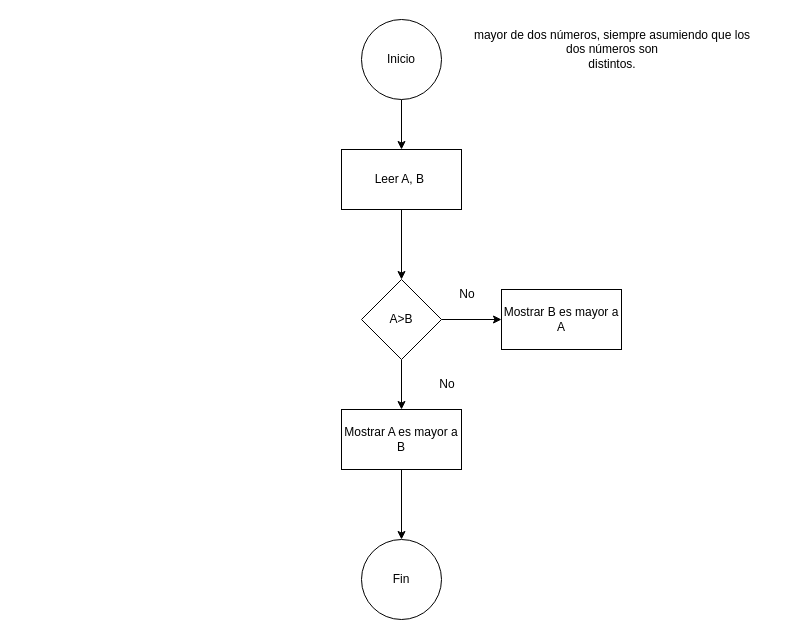
Earlier version of the draw.io diagram mayor de dos números distintos.drawio (pyronet/2024-III_BCD2202_Introducci-n_tecnolog-a_Informatica_-Introducci-n_Programaci-n). Source tidied: cells renumbered, new cells numbered last; positions are measured from the earlier drawing's top-left corner, leaving out a move shared by most shapes. Both pictures are drawn from the tidied source at 100%, with x=0, y=0 at pixel (341, 19).
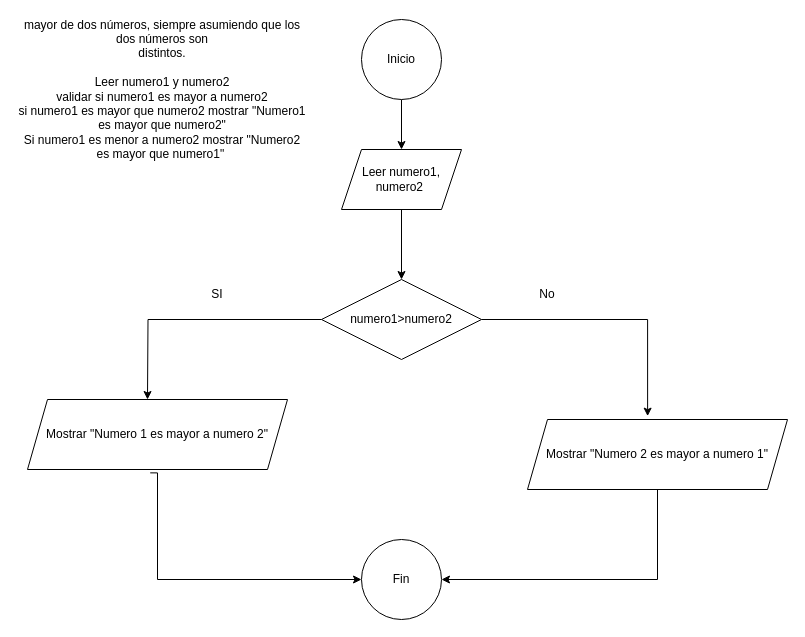
After the change.

Diff of the diagram source:
```diff
@@
 <mxGraphModel>
   <root>
     <mxCell id="0" />
     <mxCell id="1" parent="0" />
     <mxCell id="2" style="edgeStyle=orthogonalEdgeStyle;rounded=0;jettySize=auto;html=1;" parent="1" edge="1" source="3" target="5">
       <mxGeometry relative="1" as="geometry" />
     </mxCell>
     <mxCell id="3" value="Inicio" style="ellipse;whiteSpace=wrap;html=1;" parent="1" vertex="1">
       <mxGeometry x="20" width="80" height="80" as="geometry" />
     </mxCell>
     <mxCell id="4" style="edgeStyle=orthogonalEdgeStyle;rounded=0;jettySize=auto;html=1;" parent="1" edge="1" source="5" target="9">
       <mxGeometry relative="1" as="geometry" />
     </mxCell>
-    <mxCell id="5" value="Leer A, B&amp;nbsp;" style="whiteSpace=wrap;html=1;" parent="1" vertex="1">
+    <mxCell id="5" value="Leer numero1, numero2&amp;nbsp;" style="shape=parallelogram;perimeter=parallelogramPerimeter;whiteSpace=wrap;html=1;fixedSize=1;" parent="1" vertex="1">
       <mxGeometry y="130" width="120" height="60" as="geometry" />
     </mxCell>
-    <mxCell id="6" value="mayor de dos números, siempre asumiendo que los dos números son&lt;br/&gt;distintos." style="text;html=1;align=center;verticalAlign=middle;whiteSpace=wrap;rounded=0;" parent="1" vertex="1">
-      <mxGeometry x="126" width="290" height="60" as="geometry" />
+    <mxCell id="6" value="mayor de dos números, siempre asumiendo que los dos números son&lt;br&gt;distintos.&lt;div&gt;&lt;br&gt;&lt;/div&gt;&lt;div&gt;Leer numero1 y numero2&lt;/div&gt;&lt;div&gt;validar si numero1 es mayor a numero2&lt;/div&gt;&lt;div&gt;si numero1 es mayor que numero2 mostrar &quot;Numero1 es mayor que numero2&quot;&lt;/div&gt;&lt;div&gt;Si numero1 es menor a numero2 mostrar &quot;Numero2 es mayor que numero1&quot;&amp;nbsp;&lt;/div&gt;" style="text;html=1;align=center;verticalAlign=middle;whiteSpace=wrap;rounded=0;" parent="1" vertex="1">
+      <mxGeometry x="-324" width="290" height="140" as="geometry" />
     </mxCell>
-    <mxCell id="7" style="edgeStyle=orthogonalEdgeStyle;rounded=0;jettySize=auto;html=1;" parent="1" edge="1" source="9" target="11">
+    <mxCell id="7" style="edgeStyle=orthogonalEdgeStyle;rounded=0;jettySize=auto;html=1;entryX=0.462;entryY=-0.048;entryDx=0;entryDy=0;entryPerimeter=0;" parent="1" edge="1" source="9" target="17">
       <mxGeometry relative="1" as="geometry" />
     </mxCell>
-    <mxCell id="8" style="edgeStyle=orthogonalEdgeStyle;rounded=0;jettySize=auto;html=1;" parent="1" edge="1" source="9" target="14">
-      <mxGeometry relative="1" as="geometry" />
+    <mxCell id="8" style="edgeStyle=orthogonalEdgeStyle;rounded=0;jettySize=auto;html=1;" parent="1" edge="1" source="9">
+      <mxGeometry relative="1" as="geometry">
+        <mxPoint x="-194" y="380" as="targetPoint" />
+      </mxGeometry>
     </mxCell>
-    <mxCell id="9" value="A&amp;gt;B" style="rhombus;whiteSpace=wrap;html=1;" parent="1" vertex="1">
-      <mxGeometry x="20" y="260" width="80" height="80" as="geometry" />
+    <mxCell id="9" value="numero1&amp;gt;numero2" style="rhombus;whiteSpace=wrap;html=1;" parent="1" vertex="1">
+      <mxGeometry x="-20" y="260" width="160" height="80" as="geometry" />
     </mxCell>
     <mxCell id="10" value="No" style="text;html=1;align=center;verticalAlign=middle;whiteSpace=wrap;rounded=0;" parent="1" vertex="1">
-      <mxGeometry x="96" y="260" width="60" height="30" as="geometry" />
+      <mxGeometry x="176" y="260" width="60" height="30" as="geometry" />
     </mxCell>
-    <mxCell id="11" value="Mostrar B es mayor a A" style="whiteSpace=wrap;html=1;" parent="1" vertex="1">
-      <mxGeometry x="160" y="270" width="120" height="60" as="geometry" />
-    </mxCell>
-    <mxCell id="12" value="No" style="text;html=1;align=center;verticalAlign=middle;whiteSpace=wrap;rounded=0;" parent="1" vertex="1">
-      <mxGeometry x="76" y="350" width="60" height="30" as="geometry" />
+    <mxCell id="12" value="SI" style="text;html=1;align=center;verticalAlign=middle;whiteSpace=wrap;rounded=0;" parent="1" vertex="1">
+      <mxGeometry x="-154" y="260" width="60" height="30" as="geometry" />
     </mxCell>
-    <mxCell id="13" style="edgeStyle=orthogonalEdgeStyle;rounded=0;jettySize=auto;html=1;" parent="1" edge="1" source="14" target="15">
-      <mxGeometry relative="1" as="geometry" />
-    </mxCell>
-    <mxCell id="14" value="Mostrar A es mayor a B" style="whiteSpace=wrap;html=1;" parent="1" vertex="1">
-      <mxGeometry y="390" width="120" height="60" as="geometry" />
-    </mxCell>
     <mxCell id="15" value="Fin" style="ellipse;whiteSpace=wrap;html=1;" parent="1" vertex="1">
       <mxGeometry x="20" y="520" width="80" height="80" as="geometry" />
     </mxCell>
+    <mxCell id="16" style="edgeStyle=orthogonalEdgeStyle;rounded=0;jettySize=auto;html=1;entryX=1;entryY=0.5;entryDx=0;entryDy=0;exitX=0.5;exitY=1;exitDx=0;exitDy=0;" parent="1" edge="1" source="17" target="15">
+      <mxGeometry relative="1" as="geometry" />
+    </mxCell>
+    <mxCell id="17" value="Mostrar &quot;Numero 2 es mayor a numero 1&quot;" style="shape=parallelogram;perimeter=parallelogramPerimeter;whiteSpace=wrap;html=1;fixedSize=1;" parent="1" vertex="1">
+      <mxGeometry x="186" y="400" width="260" height="70" as="geometry" />
+    </mxCell>
+    <mxCell id="18" style="edgeStyle=orthogonalEdgeStyle;rounded=0;jettySize=auto;html=1;entryX=0;entryY=0.5;entryDx=0;entryDy=0;exitX=0.472;exitY=1.048;exitDx=0;exitDy=0;exitPerimeter=0;" parent="1" edge="1" source="19" target="15">
+      <mxGeometry relative="1" as="geometry">
+        <Array as="points">
+          <mxPoint x="-184" y="453" />
+          <mxPoint x="-184" y="560" />
+        </Array>
+      </mxGeometry>
+    </mxCell>
+    <mxCell id="19" value="Mostrar &quot;Numero 1 es mayor a numero 2&quot;" style="shape=parallelogram;perimeter=parallelogramPerimeter;whiteSpace=wrap;html=1;fixedSize=1;" parent="1" vertex="1">
+      <mxGeometry x="-314" y="380" width="260" height="70" as="geometry" />
+    </mxCell>
   </root>
 </mxGraphModel>
```
